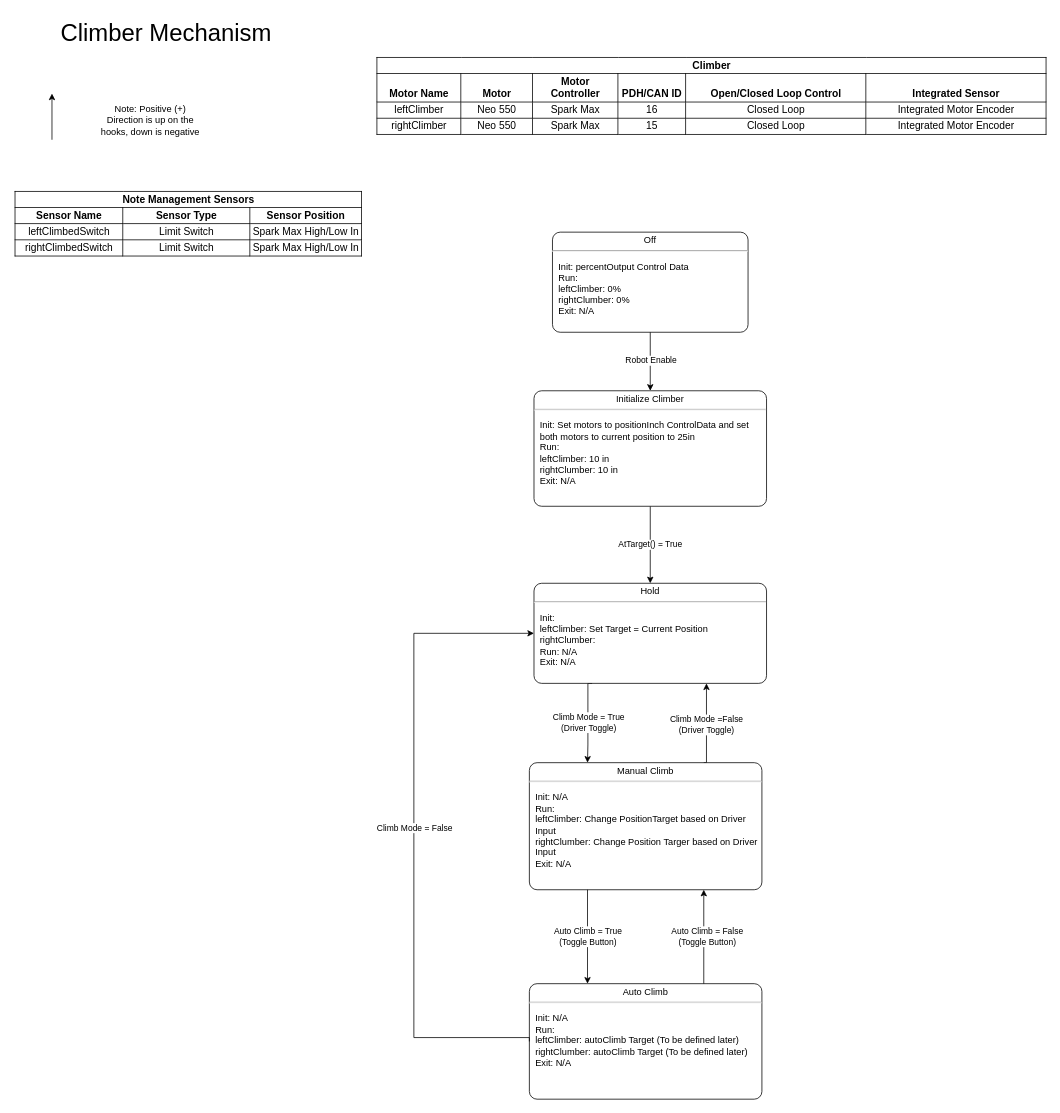
This is CodeDocumentation/Climber State Diagram.drawio from Team302/2024Crescendo, a draw.io file, before an edit. Source tidied: cells renumbered, new cells numbered last; positions are measured from the earlier drawing's top-left corner, leaving out a move shared by most shapes. Both pictures are drawn from the tidied source at 77%, with x=0, y=0 at pixel (13, 13).
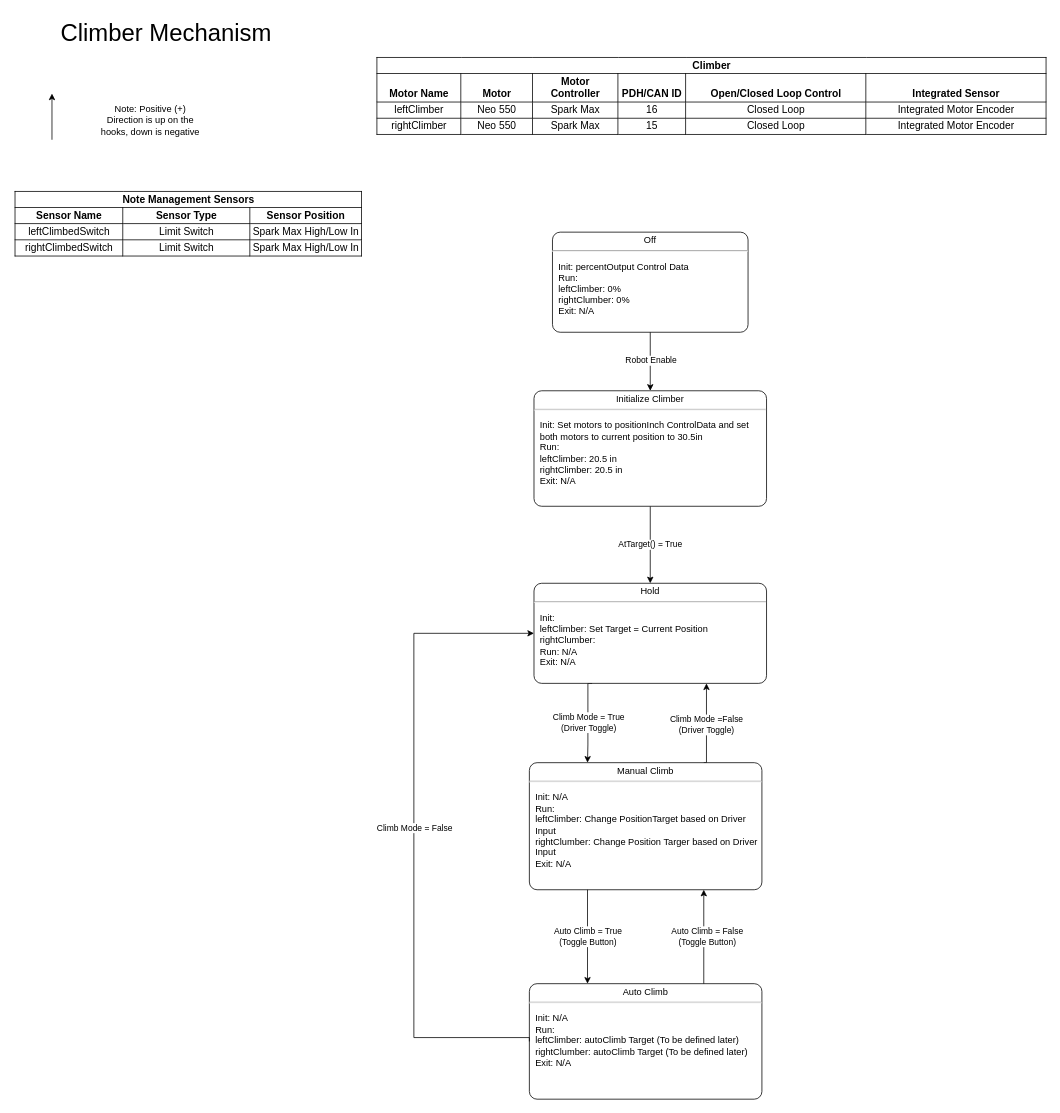
The same diagram, later.

Commit message:
Fixed Climber Mech Targets

Change to the diagram source:
```diff
@@
-    <mxCell id="19" value="&lt;p style=&quot;margin:0px;margin-top:4px;text-align:center;&quot;&gt;Initialize Climber&lt;/p&gt;&lt;hr&gt;&lt;p&gt;&lt;/p&gt;&lt;p style=&quot;margin:0px;margin-left:8px;text-align:left;&quot;&gt;Init: Set motors to positionInch ControlData and set both motors to current position to 25in&amp;nbsp;&lt;br&gt;Run:&lt;/p&gt;&lt;p style=&quot;border-color: var(--border-color); margin: 0px 0px 0px 8px; text-align: left;&quot;&gt;leftClimber: 10 in&lt;/p&gt;&lt;p style=&quot;border-color: var(--border-color); margin: 0px 0px 0px 8px; text-align: left;&quot;&gt;rightClumber: 10 in&lt;/p&gt;&lt;p style=&quot;margin:0px;margin-left:8px;text-align:left;&quot;&gt;Exit: N/A&lt;/p&gt;" style="shape=mxgraph.sysml.simpleState;html=1;overflow=fill;whiteSpace=wrap;align=center;" parent="1" vertex="1">
+    <mxCell id="19" value="&lt;p style=&quot;margin:0px;margin-top:4px;text-align:center;&quot;&gt;Initialize Climber&lt;/p&gt;&lt;hr&gt;&lt;p&gt;&lt;/p&gt;&lt;p style=&quot;margin:0px;margin-left:8px;text-align:left;&quot;&gt;Init: Set motors to positionInch ControlData and set both motors to current position to 30.5in&amp;nbsp;&lt;br&gt;Run:&lt;/p&gt;&lt;p style=&quot;border-color: var(--border-color); margin: 0px 0px 0px 8px; text-align: left;&quot;&gt;leftClimber: 20.5 in&lt;/p&gt;&lt;p style=&quot;border-color: var(--border-color); margin: 0px 0px 0px 8px; text-align: left;&quot;&gt;rightClimber: 20.5 in&lt;/p&gt;&lt;p style=&quot;margin:0px;margin-left:8px;text-align:left;&quot;&gt;Exit: N/A&lt;/p&gt;" style="shape=mxgraph.sysml.simpleState;html=1;overflow=fill;whiteSpace=wrap;align=center;" parent="1" vertex="1">
       <mxGeometry x="676" y="490" width="302" height="150" as="geometry" />
     </mxCell>
```
